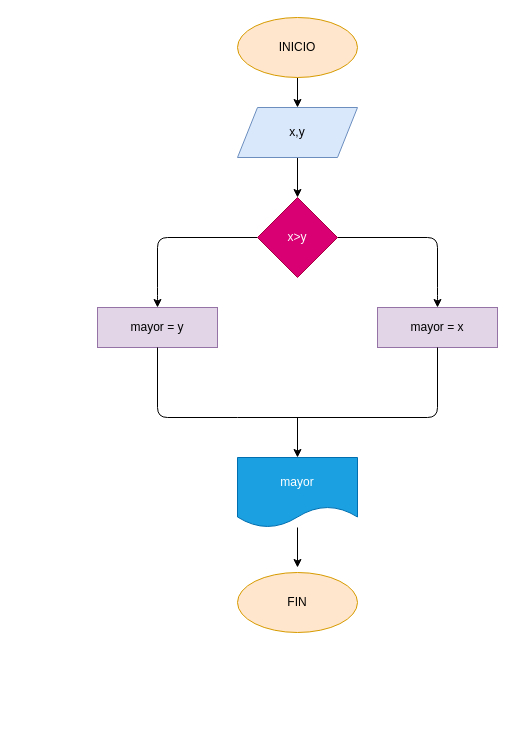
Above: diagrama.drawio in sharol2021/mayor_2enteros (draw.io), before the change. Source tidied: cells renumbered, new cells numbered last; positions are measured from the earlier drawing's top-left corner, leaving out a move shared by most shapes. Both pictures are drawn from the tidied source at 100%, with x=0, y=0 at pixel (97, 17).
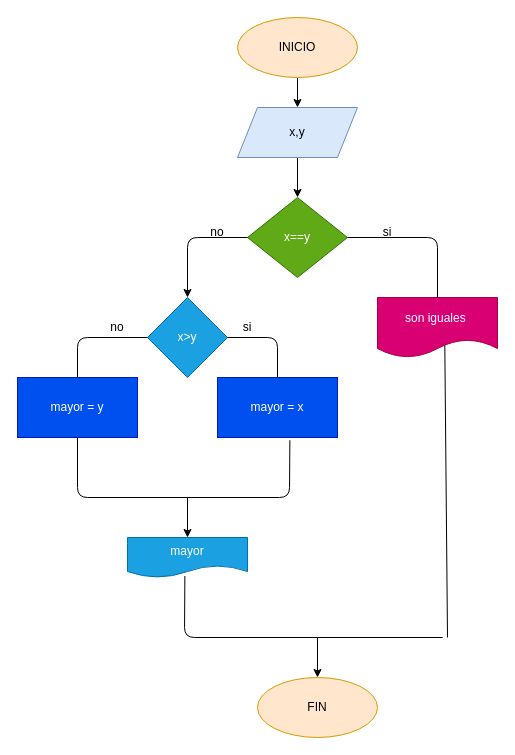
The same page after the edit.

The edit, as a diff of the source:
```diff
@@
-    <mxCell id="6" style="edgeStyle=none;html=1;" parent="1" edge="1" target="9">
-      <mxGeometry relative="1" as="geometry">
-        <mxPoint x="200" y="240" as="sourcePoint" />
-      </mxGeometry>
-    </mxCell>
-    <mxCell id="7" style="edgeStyle=none;html=1;" parent="1" edge="1" source="9">
-      <mxGeometry relative="1" as="geometry">
-        <mxPoint x="340" y="290" as="targetPoint" />
-        <Array as="points">
-          <mxPoint x="340" y="220" />
-          <mxPoint x="340" y="280" />
-        </Array>
-      </mxGeometry>
-    </mxCell>
-    <mxCell id="8" style="edgeStyle=none;html=1;" parent="1" edge="1" source="9">
-      <mxGeometry relative="1" as="geometry">
-        <mxPoint x="60" y="290" as="targetPoint" />
-        <Array as="points">
-          <mxPoint x="60" y="220" />
-          <mxPoint x="60" y="280" />
-        </Array>
-      </mxGeometry>
-    </mxCell>
+    <mxCell id="18" value="x==y" style="rhombus;whiteSpace=wrap;html=1;fillColor=#60a917;fontColor=#ffffff;strokeColor=#2D7600;" parent="1" vertex="1">
+      <mxGeometry x="150" y="180" width="100" height="80" as="geometry" />
+    </mxCell>
+    <mxCell id="19" value="son iguales&amp;nbsp;" style="shape=document;whiteSpace=wrap;html=1;boundedLbl=1;fillColor=#d80073;fontColor=#ffffff;strokeColor=#A50040;" parent="1" vertex="1">
+      <mxGeometry x="280" y="280" width="120" height="60" as="geometry" />
+    </mxCell>
-    <mxCell id="9" value="x&amp;gt;y" style="rhombus;whiteSpace=wrap;html=1;fillColor=#d80073;fontColor=#ffffff;strokeColor=#A50040;" parent="1" vertex="1">
-      <mxGeometry x="160" y="180" width="80" height="80" as="geometry" />
+    <mxCell id="9" value="x&amp;gt;y" style="rhombus;whiteSpace=wrap;html=1;fillColor=#1ba1e2;fontColor=#ffffff;strokeColor=#006EAF;" parent="1" vertex="1">
+      <mxGeometry x="50" y="280" width="80" height="80" as="geometry" />
     </mxCell>
+    <mxCell id="20" style="endArrow=none;html=1;exitX=1;exitY=0.5;exitDx=0;exitDy=0;" parent="1" edge="1" source="9">
+      <mxGeometry relative="1" as="geometry">
+        <mxPoint x="180" y="360" as="targetPoint" />
+        <Array as="points">
+          <mxPoint x="180" y="320" />
+          <mxPoint x="180" y="360" />
+        </Array>
+      </mxGeometry>
+    </mxCell>
+    <mxCell id="11" value="mayor = x" style="rounded=0;whiteSpace=wrap;html=1;fillColor=#0050ef;fontColor=#ffffff;strokeColor=#001DBC;" parent="1" vertex="1">
+      <mxGeometry x="120" y="360" width="120" height="60" as="geometry" />
+    </mxCell>
+    <mxCell id="21" style="endArrow=classic;html=1;exitX=0;exitY=0.5;exitDx=0;exitDy=0;entryX=0.5;entryY=0;entryDx=0;entryDy=0;" parent="1" edge="1" source="18" target="9">
+      <mxGeometry relative="1" as="geometry">
+        <Array as="points">
+          <mxPoint x="90" y="220" />
+        </Array>
+      </mxGeometry>
+    </mxCell>
+    <mxCell id="22" value="no" style="text;html=1;strokeColor=none;fillColor=none;align=center;verticalAlign=middle;whiteSpace=wrap;rounded=0;" parent="1" vertex="1">
+      <mxGeometry x="90" y="200" width="60" height="30" as="geometry" />
+    </mxCell>
+    <mxCell id="23" style="edgeStyle=none;html=1;endArrow=none;entryX=0.5;entryY=0;entryDx=0;entryDy=0;" parent="1" edge="1" source="18" target="19">
+      <mxGeometry relative="1" as="geometry">
+        <Array as="points">
+          <mxPoint x="340" y="220" />
+        </Array>
+      </mxGeometry>
+    </mxCell>
+    <mxCell id="24" value="si" style="text;html=1;strokeColor=none;fillColor=none;align=center;verticalAlign=middle;whiteSpace=wrap;rounded=0;" parent="1" vertex="1">
+      <mxGeometry x="260" y="200" width="60" height="30" as="geometry" />
+    </mxCell>
+    <mxCell id="25" style="endArrow=none;html=1;entryX=0;entryY=0.5;entryDx=0;entryDy=0;" parent="1" edge="1" target="9">
+      <mxGeometry relative="1" as="geometry">
+        <mxPoint x="-20" y="360" as="sourcePoint" />
+        <Array as="points">
+          <mxPoint x="-20" y="320" />
+        </Array>
+      </mxGeometry>
+    </mxCell>
-    <mxCell id="10" value="mayor = y" style="rounded=0;whiteSpace=wrap;html=1;fillColor=#e1d5e7;strokeColor=#9673a6;" parent="1" vertex="1">
-      <mxGeometry y="290" width="120" height="40" as="geometry" />
+    <mxCell id="10" value="mayor = y" style="rounded=0;whiteSpace=wrap;html=1;fillColor=#0050ef;fontColor=#ffffff;strokeColor=#001DBC;" parent="1" vertex="1">
+      <mxGeometry x="-80" y="360" width="120" height="60" as="geometry" />
     </mxCell>
-    <mxCell id="11" value="mayor = x" style="rounded=0;whiteSpace=wrap;html=1;fillColor=#e1d5e7;strokeColor=#9673a6;" parent="1" vertex="1">
-      <mxGeometry x="280" y="290" width="120" height="40" as="geometry" />
-    </mxCell>
-    <mxCell id="12" style="endArrow=none;html=1;entryX=0.5;entryY=1;entryDx=0;entryDy=0;" parent="1" edge="1" target="11">
-      <mxGeometry relative="1" as="geometry">
-        <mxPoint x="150" y="400" as="sourcePoint" />
-        <Array as="points">
-          <mxPoint x="340" y="400" />
-        </Array>
-      </mxGeometry>
-    </mxCell>
-    <mxCell id="13" style="endArrow=none;html=1;exitX=0.5;exitY=1;exitDx=0;exitDy=0;" parent="1" edge="1" source="10">
-      <mxGeometry relative="1" as="geometry">
-        <mxPoint x="180" y="400" as="targetPoint" />
-        <Array as="points">
-          <mxPoint x="60" y="400" />
-          <mxPoint x="150" y="400" />
-        </Array>
-      </mxGeometry>
-    </mxCell>
-    <mxCell id="14" style="endArrow=classic;html=1;" parent="1" edge="1" target="16">
-      <mxGeometry relative="1" as="geometry">
-        <mxPoint x="200" y="400" as="sourcePoint" />
-      </mxGeometry>
-    </mxCell>
-    <mxCell id="15" style="edgeStyle=none;html=1;" parent="1" edge="1" source="16">
-      <mxGeometry relative="1" as="geometry">
-        <mxPoint x="200" y="550" as="targetPoint" />
-      </mxGeometry>
-    </mxCell>
+    <mxCell id="26" style="endArrow=none;html=1;exitX=0.603;exitY=1.045;exitDx=0;exitDy=0;exitPerimeter=0;" parent="1" edge="1" source="11">
+      <mxGeometry relative="1" as="geometry">
+        <mxPoint x="20" y="480" as="targetPoint" />
+        <Array as="points">
+          <mxPoint x="192" y="480" />
+        </Array>
+      </mxGeometry>
+    </mxCell>
+    <mxCell id="27" style="endArrow=none;html=1;entryX=0.5;entryY=1;entryDx=0;entryDy=0;" parent="1" edge="1" target="10">
+      <mxGeometry relative="1" as="geometry">
+        <mxPoint x="40" y="480" as="sourcePoint" />
+        <Array as="points">
+          <mxPoint x="-20" y="480" />
+        </Array>
+      </mxGeometry>
+    </mxCell>
+    <mxCell id="28" style="endArrow=classic;html=1;" parent="1" edge="1" target="16">
+      <mxGeometry relative="1" as="geometry">
+        <mxPoint x="90" y="480" as="sourcePoint" />
+      </mxGeometry>
+    </mxCell>
     <mxCell id="16" value="mayor" style="shape=document;whiteSpace=wrap;html=1;boundedLbl=1;fillColor=#1ba1e2;fontColor=#ffffff;strokeColor=#006EAF;" parent="1" vertex="1">
-      <mxGeometry x="140" y="440" width="120" height="70" as="geometry" />
+      <mxGeometry x="30" y="520" width="120" height="40" as="geometry" />
     </mxCell>
+    <mxCell id="29" style="endArrow=none;html=1;entryX=0.561;entryY=0.795;entryDx=0;entryDy=0;entryPerimeter=0;" parent="1" edge="1" target="19">
+      <mxGeometry relative="1" as="geometry">
+        <mxPoint x="350" y="620" as="sourcePoint" />
+      </mxGeometry>
+    </mxCell>
+    <mxCell id="30" style="endArrow=none;html=1;entryX=0.478;entryY=0.963;entryDx=0;entryDy=0;entryPerimeter=0;" parent="1" edge="1" target="16">
+      <mxGeometry relative="1" as="geometry">
+        <mxPoint x="110" y="620" as="sourcePoint" />
+        <Array as="points">
+          <mxPoint x="350" y="620" />
+          <mxPoint x="87" y="620" />
+        </Array>
+      </mxGeometry>
+    </mxCell>
+    <mxCell id="31" style="endArrow=classic;html=1;" parent="1" edge="1">
+      <mxGeometry relative="1" as="geometry">
+        <mxPoint x="220" y="620" as="sourcePoint" />
+        <mxPoint x="220" y="660" as="targetPoint" />
+      </mxGeometry>
+    </mxCell>
     <mxCell id="17" value="FIN" style="ellipse;whiteSpace=wrap;html=1;fillColor=#ffe6cc;strokeColor=#d79b00;" parent="1" vertex="1">
-      <mxGeometry x="140" y="555" width="120" height="60" as="geometry" />
+      <mxGeometry x="160" y="660" width="120" height="60" as="geometry" />
     </mxCell>
+    <mxCell id="32" value="si" style="text;html=1;strokeColor=none;fillColor=none;align=center;verticalAlign=middle;whiteSpace=wrap;rounded=0;" parent="1" vertex="1">
+      <mxGeometry x="120" y="295" width="60" height="30" as="geometry" />
+    </mxCell>
+    <mxCell id="33" value="no" style="text;html=1;strokeColor=none;fillColor=none;align=center;verticalAlign=middle;whiteSpace=wrap;rounded=0;" parent="1" vertex="1">
+      <mxGeometry x="-10" y="295" width="60" height="30" as="geometry" />
+    </mxCell>
```
